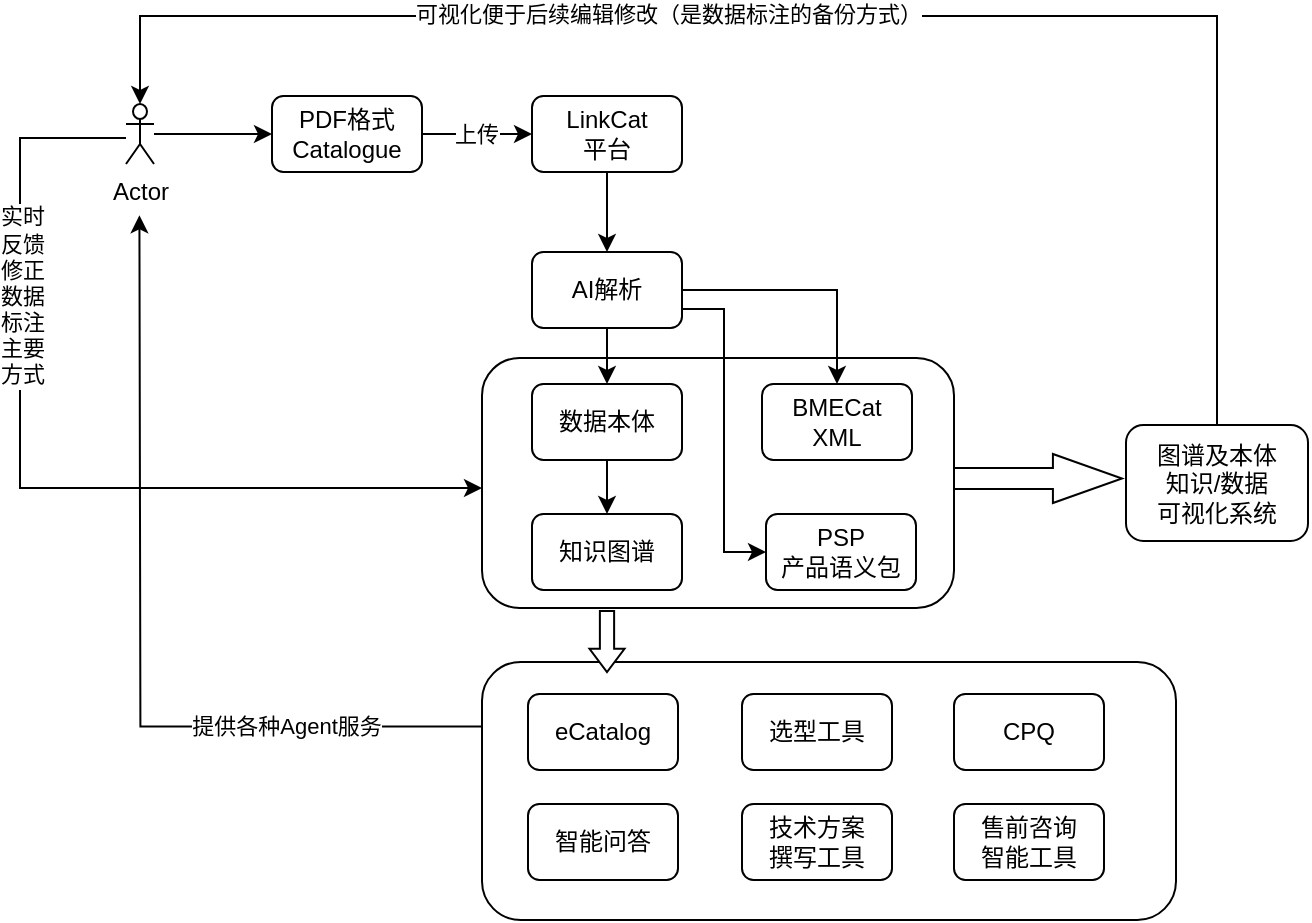
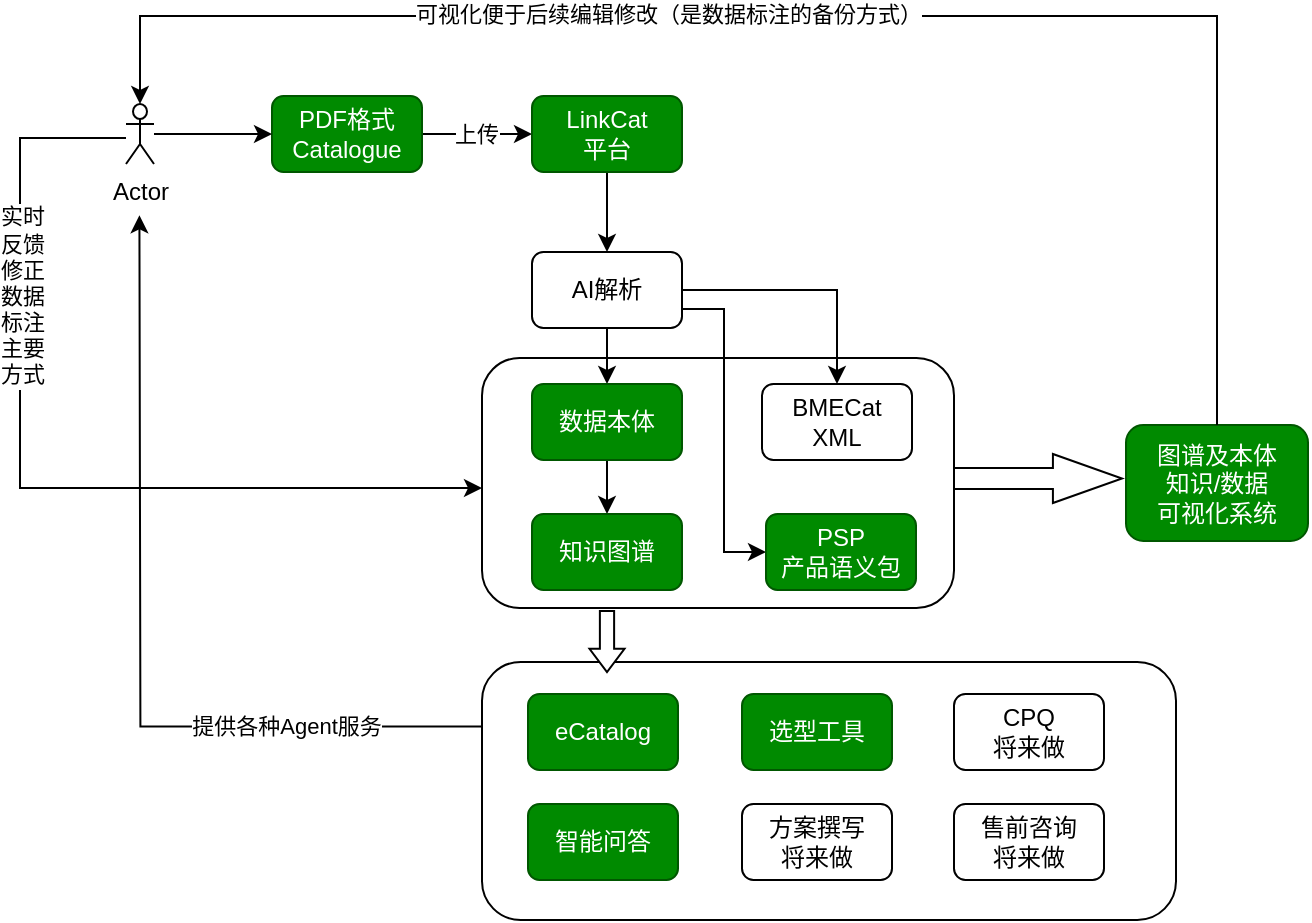
<mxfile host="app.diagrams.net">
  <diagram name="第 1 页" id="FMAH-2vM6L288SSoGwek">
-     <mxGraphModel dx="769" dy="481" grid="0" gridSize="10" guides="1" tooltips="1" connect="1" arrows="1" fold="1" page="1" pageScale="1" pageWidth="827" pageHeight="1169" math="0" shadow="0">
+     <mxGraphModel dx="761" dy="480" grid="1" gridSize="10" guides="1" tooltips="1" connect="1" arrows="1" fold="1" page="1" pageScale="1" pageWidth="827" pageHeight="1169" math="0" shadow="0">
      <root>
        <mxCell id="0" />
        <mxCell id="1" parent="0" />
        <mxCell id="jrZ9784NuUD8d2_W6NEc-44" connectable="0" parent="1" style="group" value="" vertex="1">
          <mxGeometry height="452" width="644" x="43" y="178" as="geometry" />
        </mxCell>
        <mxCell id="jrZ9784NuUD8d2_W6NEc-32" edge="1" parent="jrZ9784NuUD8d2_W6NEc-44" source="jrZ9784NuUD8d2_W6NEc-31" style="edgeStyle=orthogonalEdgeStyle;rounded=0;orthogonalLoop=1;jettySize=auto;html=1;exitX=0;exitY=0.25;exitDx=0;exitDy=0;">
          <mxGeometry relative="1" as="geometry">
            <mxPoint x="59.70588235294122" y="99.64705882352939" as="targetPoint" />
          </mxGeometry>
        </mxCell>
        <mxCell id="jrZ9784NuUD8d2_W6NEc-33" connectable="0" parent="jrZ9784NuUD8d2_W6NEc-32" style="edgeLabel;html=1;align=center;verticalAlign=middle;resizable=0;points=[];" value="提供各种Agent服务" vertex="1">
          <mxGeometry relative="1" x="0.402" y="2" as="geometry">
            <mxPoint x="75" y="128" as="offset" />
          </mxGeometry>
        </mxCell>
        <mxCell id="jrZ9784NuUD8d2_W6NEc-31" parent="jrZ9784NuUD8d2_W6NEc-44" style="rounded=1;whiteSpace=wrap;html=1;strokeColor=light-dark(#000000,#FF9999);" value="" vertex="1">
          <mxGeometry height="129" width="347" x="231" y="323" as="geometry" />
        </mxCell>
        <mxCell id="jrZ9784NuUD8d2_W6NEc-18" parent="jrZ9784NuUD8d2_W6NEc-44" style="rounded=1;whiteSpace=wrap;html=1;strokeColor=light-dark(#000000,#FF9999);" value="" vertex="1">
          <mxGeometry height="125" width="236" x="231" y="171" as="geometry" />
        </mxCell>
        <mxCell id="jrZ9784NuUD8d2_W6NEc-7" edge="1" parent="jrZ9784NuUD8d2_W6NEc-44" source="jrZ9784NuUD8d2_W6NEc-1" style="edgeStyle=orthogonalEdgeStyle;rounded=0;orthogonalLoop=1;jettySize=auto;html=1;entryX=0;entryY=0.5;entryDx=0;entryDy=0;" target="jrZ9784NuUD8d2_W6NEc-6">
          <mxGeometry relative="1" as="geometry" />
        </mxCell>
        <mxCell id="jrZ9784NuUD8d2_W6NEc-8" connectable="0" parent="jrZ9784NuUD8d2_W6NEc-7" style="edgeLabel;html=1;align=center;verticalAlign=middle;resizable=0;points=[];" value="上传" vertex="1">
          <mxGeometry relative="1" x="-0.0203" as="geometry">
            <mxPoint as="offset" />
          </mxGeometry>
        </mxCell>
-         <mxCell id="jrZ9784NuUD8d2_W6NEc-1" parent="jrZ9784NuUD8d2_W6NEc-44" style="rounded=1;whiteSpace=wrap;html=1;" value="PDF格式&lt;div&gt;Catalogue&lt;/div&gt;" vertex="1">
+         <mxCell id="jrZ9784NuUD8d2_W6NEc-1" parent="jrZ9784NuUD8d2_W6NEc-44" style="rounded=1;whiteSpace=wrap;html=1;fillColor=#008a00;fontColor=#ffffff;strokeColor=#005700;" value="PDF格式&lt;div&gt;Catalogue&lt;/div&gt;" vertex="1">
          <mxGeometry height="38" width="75" x="126" y="40" as="geometry" />
        </mxCell>
        <mxCell id="jrZ9784NuUD8d2_W6NEc-5" edge="1" parent="jrZ9784NuUD8d2_W6NEc-44" source="jrZ9784NuUD8d2_W6NEc-2" style="edgeStyle=orthogonalEdgeStyle;rounded=0;orthogonalLoop=1;jettySize=auto;html=1;" target="jrZ9784NuUD8d2_W6NEc-1" value="">
          <mxGeometry relative="1" as="geometry" />
        </mxCell>
        <mxCell id="jrZ9784NuUD8d2_W6NEc-34" edge="1" parent="jrZ9784NuUD8d2_W6NEc-44" style="edgeStyle=orthogonalEdgeStyle;rounded=0;orthogonalLoop=1;jettySize=auto;html=1;entryX=0;entryY=0.5;entryDx=0;entryDy=0;">
          <mxGeometry relative="1" as="geometry">
            <Array as="points">
              <mxPoint y="61" />
              <mxPoint y="236" />
              <mxPoint x="231" y="236" />
            </Array>
            <mxPoint x="53" y="61.000000000000114" as="sourcePoint" />
            <mxPoint x="231" y="235.5" as="targetPoint" />
          </mxGeometry>
        </mxCell>
        <mxCell id="jrZ9784NuUD8d2_W6NEc-37" connectable="0" parent="jrZ9784NuUD8d2_W6NEc-34" style="edgeLabel;html=1;align=center;verticalAlign=middle;resizable=0;points=[];" value="实时&lt;div&gt;反馈&lt;/div&gt;&lt;div&gt;修正&lt;/div&gt;&lt;div&gt;数据&lt;br&gt;标注&lt;br&gt;主要&lt;br&gt;方式&lt;/div&gt;" vertex="1">
          <mxGeometry relative="1" x="-0.5412" y="-1" as="geometry">
            <mxPoint x="2" y="26" as="offset" />
          </mxGeometry>
        </mxCell>
        <mxCell id="jrZ9784NuUD8d2_W6NEc-2" parent="jrZ9784NuUD8d2_W6NEc-44" style="shape=umlActor;verticalLabelPosition=bottom;verticalAlign=top;html=1;outlineConnect=0;" value="Actor" vertex="1">
          <mxGeometry height="30" width="14" x="53" y="44" as="geometry" />
        </mxCell>
        <mxCell id="jrZ9784NuUD8d2_W6NEc-10" edge="1" parent="jrZ9784NuUD8d2_W6NEc-44" source="jrZ9784NuUD8d2_W6NEc-6" style="edgeStyle=orthogonalEdgeStyle;rounded=0;orthogonalLoop=1;jettySize=auto;html=1;entryX=0.5;entryY=0;entryDx=0;entryDy=0;" target="jrZ9784NuUD8d2_W6NEc-9">
          <mxGeometry relative="1" as="geometry" />
        </mxCell>
-         <mxCell id="jrZ9784NuUD8d2_W6NEc-6" parent="jrZ9784NuUD8d2_W6NEc-44" style="rounded=1;whiteSpace=wrap;html=1;" value="LinkCat&lt;div&gt;平台&lt;/div&gt;" vertex="1">
+         <mxCell id="jrZ9784NuUD8d2_W6NEc-6" parent="jrZ9784NuUD8d2_W6NEc-44" style="rounded=1;whiteSpace=wrap;html=1;fillColor=#008a00;fontColor=#ffffff;strokeColor=#005700;" value="LinkCat&lt;div&gt;平台&lt;/div&gt;" vertex="1">
          <mxGeometry height="38" width="75" x="256" y="40" as="geometry" />
        </mxCell>
        <mxCell id="jrZ9784NuUD8d2_W6NEc-12" edge="1" parent="jrZ9784NuUD8d2_W6NEc-44" source="jrZ9784NuUD8d2_W6NEc-9" style="edgeStyle=orthogonalEdgeStyle;rounded=0;orthogonalLoop=1;jettySize=auto;html=1;exitX=0.5;exitY=1;exitDx=0;exitDy=0;entryX=0.5;entryY=0;entryDx=0;entryDy=0;" target="jrZ9784NuUD8d2_W6NEc-11">
          <mxGeometry relative="1" as="geometry" />
        </mxCell>
        <mxCell id="jrZ9784NuUD8d2_W6NEc-19" edge="1" parent="jrZ9784NuUD8d2_W6NEc-44" source="jrZ9784NuUD8d2_W6NEc-9" style="edgeStyle=orthogonalEdgeStyle;rounded=0;orthogonalLoop=1;jettySize=auto;html=1;" target="jrZ9784NuUD8d2_W6NEc-16">
          <mxGeometry relative="1" as="geometry" />
        </mxCell>
        <mxCell id="jrZ9784NuUD8d2_W6NEc-21" edge="1" parent="jrZ9784NuUD8d2_W6NEc-44" source="jrZ9784NuUD8d2_W6NEc-9" style="edgeStyle=orthogonalEdgeStyle;rounded=0;orthogonalLoop=1;jettySize=auto;html=1;exitX=1;exitY=0.75;exitDx=0;exitDy=0;entryX=0;entryY=0.5;entryDx=0;entryDy=0;" target="jrZ9784NuUD8d2_W6NEc-20">
          <mxGeometry relative="1" as="geometry" />
        </mxCell>
        <mxCell id="jrZ9784NuUD8d2_W6NEc-9" parent="jrZ9784NuUD8d2_W6NEc-44" style="rounded=1;whiteSpace=wrap;html=1;" value="AI解析" vertex="1">
          <mxGeometry height="38" width="75" x="256" y="118" as="geometry" />
        </mxCell>
        <mxCell id="jrZ9784NuUD8d2_W6NEc-15" edge="1" parent="jrZ9784NuUD8d2_W6NEc-44" source="jrZ9784NuUD8d2_W6NEc-11" style="edgeStyle=orthogonalEdgeStyle;rounded=0;orthogonalLoop=1;jettySize=auto;html=1;exitX=0.5;exitY=1;exitDx=0;exitDy=0;entryX=0.5;entryY=0;entryDx=0;entryDy=0;" target="jrZ9784NuUD8d2_W6NEc-13">
          <mxGeometry relative="1" as="geometry" />
        </mxCell>
-         <mxCell id="jrZ9784NuUD8d2_W6NEc-11" parent="jrZ9784NuUD8d2_W6NEc-44" style="rounded=1;whiteSpace=wrap;html=1;" value="数据本体" vertex="1">
+         <mxCell id="jrZ9784NuUD8d2_W6NEc-11" parent="jrZ9784NuUD8d2_W6NEc-44" style="rounded=1;whiteSpace=wrap;html=1;fillColor=#008a00;fontColor=#ffffff;strokeColor=#005700;" value="数据本体" vertex="1">
          <mxGeometry height="38" width="75" x="256" y="184" as="geometry" />
        </mxCell>
-         <mxCell id="jrZ9784NuUD8d2_W6NEc-13" parent="jrZ9784NuUD8d2_W6NEc-44" style="rounded=1;whiteSpace=wrap;html=1;" value="知识图谱" vertex="1">
+         <mxCell id="jrZ9784NuUD8d2_W6NEc-13" parent="jrZ9784NuUD8d2_W6NEc-44" style="rounded=1;whiteSpace=wrap;html=1;fillColor=#008a00;fontColor=#ffffff;strokeColor=#005700;" value="知识图谱" vertex="1">
          <mxGeometry height="38" width="75" x="256" y="249" as="geometry" />
        </mxCell>
        <mxCell id="jrZ9784NuUD8d2_W6NEc-16" parent="jrZ9784NuUD8d2_W6NEc-44" style="rounded=1;whiteSpace=wrap;html=1;" value="BMECat&lt;br&gt;XML" vertex="1">
          <mxGeometry height="38" width="75" x="371" y="184" as="geometry" />
        </mxCell>
-         <mxCell id="jrZ9784NuUD8d2_W6NEc-20" parent="jrZ9784NuUD8d2_W6NEc-44" style="rounded=1;whiteSpace=wrap;html=1;" value="PSP&lt;div&gt;产品语义包&lt;/div&gt;" vertex="1">
+         <mxCell id="jrZ9784NuUD8d2_W6NEc-20" parent="jrZ9784NuUD8d2_W6NEc-44" style="rounded=1;whiteSpace=wrap;html=1;fillColor=#008a00;fontColor=#ffffff;strokeColor=#005700;" value="PSP&lt;div&gt;产品语义包&lt;/div&gt;" vertex="1">
          <mxGeometry height="38" width="75" x="373" y="249" as="geometry" />
        </mxCell>
        <mxCell id="jrZ9784NuUD8d2_W6NEc-22" parent="jrZ9784NuUD8d2_W6NEc-44" style="shape=singleArrow;whiteSpace=wrap;html=1;rotation=90;arrowWidth=0.4070588235294144;arrowSize=0.38095238095238104;" value="" vertex="1">
          <mxGeometry height="17.5" width="30.5" x="278.25" y="304" as="geometry" />
        </mxCell>
-         <mxCell id="jrZ9784NuUD8d2_W6NEc-25" parent="jrZ9784NuUD8d2_W6NEc-44" style="rounded=1;whiteSpace=wrap;html=1;" value="eCatalog" vertex="1">
+         <mxCell id="jrZ9784NuUD8d2_W6NEc-25" parent="jrZ9784NuUD8d2_W6NEc-44" style="rounded=1;whiteSpace=wrap;html=1;fillColor=#008a00;fontColor=#ffffff;strokeColor=#005700;" value="eCatalog" vertex="1">
          <mxGeometry height="38" width="75" x="254" y="339" as="geometry" />
        </mxCell>
-         <mxCell id="jrZ9784NuUD8d2_W6NEc-26" parent="jrZ9784NuUD8d2_W6NEc-44" style="rounded=1;whiteSpace=wrap;html=1;" value="选型工具" vertex="1">
+         <mxCell id="jrZ9784NuUD8d2_W6NEc-26" parent="jrZ9784NuUD8d2_W6NEc-44" style="rounded=1;whiteSpace=wrap;html=1;fillColor=#008a00;fontColor=#ffffff;strokeColor=#005700;" value="选型工具" vertex="1">
          <mxGeometry height="38" width="75" x="361" y="339" as="geometry" />
        </mxCell>
-         <mxCell id="jrZ9784NuUD8d2_W6NEc-27" parent="jrZ9784NuUD8d2_W6NEc-44" style="rounded=1;whiteSpace=wrap;html=1;" value="CPQ" vertex="1">
+         <mxCell id="jrZ9784NuUD8d2_W6NEc-27" parent="jrZ9784NuUD8d2_W6NEc-44" style="rounded=1;whiteSpace=wrap;html=1;" value="CPQ&lt;br&gt;将来做" vertex="1">
          <mxGeometry height="38" width="75" x="467" y="339" as="geometry" />
        </mxCell>
-         <mxCell id="jrZ9784NuUD8d2_W6NEc-28" parent="jrZ9784NuUD8d2_W6NEc-44" style="rounded=1;whiteSpace=wrap;html=1;" value="智能问答" vertex="1">
+         <mxCell id="jrZ9784NuUD8d2_W6NEc-28" parent="jrZ9784NuUD8d2_W6NEc-44" style="rounded=1;whiteSpace=wrap;html=1;fillColor=#008a00;fontColor=#ffffff;strokeColor=#005700;" value="智能问答" vertex="1">
          <mxGeometry height="38" width="75" x="254" y="394" as="geometry" />
        </mxCell>
-         <mxCell id="jrZ9784NuUD8d2_W6NEc-29" parent="jrZ9784NuUD8d2_W6NEc-44" style="rounded=1;whiteSpace=wrap;html=1;" value="技术方案&lt;div&gt;撰写工具&lt;/div&gt;" vertex="1">
+         <mxCell id="jrZ9784NuUD8d2_W6NEc-29" parent="jrZ9784NuUD8d2_W6NEc-44" style="rounded=1;whiteSpace=wrap;html=1;" value="方案撰写&lt;br&gt;将来做" vertex="1">
          <mxGeometry height="38" width="75" x="361" y="394" as="geometry" />
        </mxCell>
-         <mxCell id="jrZ9784NuUD8d2_W6NEc-30" parent="jrZ9784NuUD8d2_W6NEc-44" style="rounded=1;whiteSpace=wrap;html=1;" value="售前咨询&lt;div&gt;智能工具&lt;/div&gt;" vertex="1">
+         <mxCell id="jrZ9784NuUD8d2_W6NEc-30" parent="jrZ9784NuUD8d2_W6NEc-44" style="rounded=1;whiteSpace=wrap;html=1;" value="售前咨询&lt;div&gt;将来做&lt;/div&gt;" vertex="1">
          <mxGeometry height="38" width="75" x="467" y="394" as="geometry" />
        </mxCell>
-         <mxCell id="jrZ9784NuUD8d2_W6NEc-39" parent="jrZ9784NuUD8d2_W6NEc-44" style="rounded=1;whiteSpace=wrap;html=1;" value="图谱及本体&lt;div&gt;知识/数据&lt;/div&gt;&lt;div&gt;可视化系统&lt;/div&gt;" vertex="1">
+         <mxCell id="jrZ9784NuUD8d2_W6NEc-39" parent="jrZ9784NuUD8d2_W6NEc-44" style="rounded=1;whiteSpace=wrap;html=1;fillColor=#008a00;fontColor=#ffffff;strokeColor=#005700;" value="图谱及本体&lt;div&gt;知识/数据&lt;/div&gt;&lt;div&gt;可视化系统&lt;/div&gt;" vertex="1">
          <mxGeometry height="58" width="91" x="553" y="204.5" as="geometry" />
        </mxCell>
        <mxCell id="jrZ9784NuUD8d2_W6NEc-40" parent="jrZ9784NuUD8d2_W6NEc-44" style="shape=singleArrow;whiteSpace=wrap;html=1;arrowWidth=0.42843137254902025;arrowSize=0.41117647058823537;" value="" vertex="1">
          <mxGeometry height="24.5" width="84" x="467" y="219" as="geometry" />
        </mxCell>
        <mxCell id="jrZ9784NuUD8d2_W6NEc-41" edge="1" parent="jrZ9784NuUD8d2_W6NEc-44" source="jrZ9784NuUD8d2_W6NEc-39" style="edgeStyle=orthogonalEdgeStyle;rounded=0;orthogonalLoop=1;jettySize=auto;html=1;entryX=0.5;entryY=0;entryDx=0;entryDy=0;entryPerimeter=0;" target="jrZ9784NuUD8d2_W6NEc-2">
          <mxGeometry relative="1" as="geometry">
            <Array as="points">
              <mxPoint x="599" />
              <mxPoint x="60" />
            </Array>
          </mxGeometry>
        </mxCell>
        <mxCell id="jrZ9784NuUD8d2_W6NEc-42" connectable="0" parent="jrZ9784NuUD8d2_W6NEc-41" style="edgeLabel;html=1;align=center;verticalAlign=middle;resizable=0;points=[];" value="可视化便于后续编辑修改（是数据标注的备份方式）" vertex="1">
          <mxGeometry relative="1" x="0.2168" y="-1" as="geometry">
            <mxPoint as="offset" />
          </mxGeometry>
        </mxCell>
      </root>
    </mxGraphModel>
  </diagram>
</mxfile>
